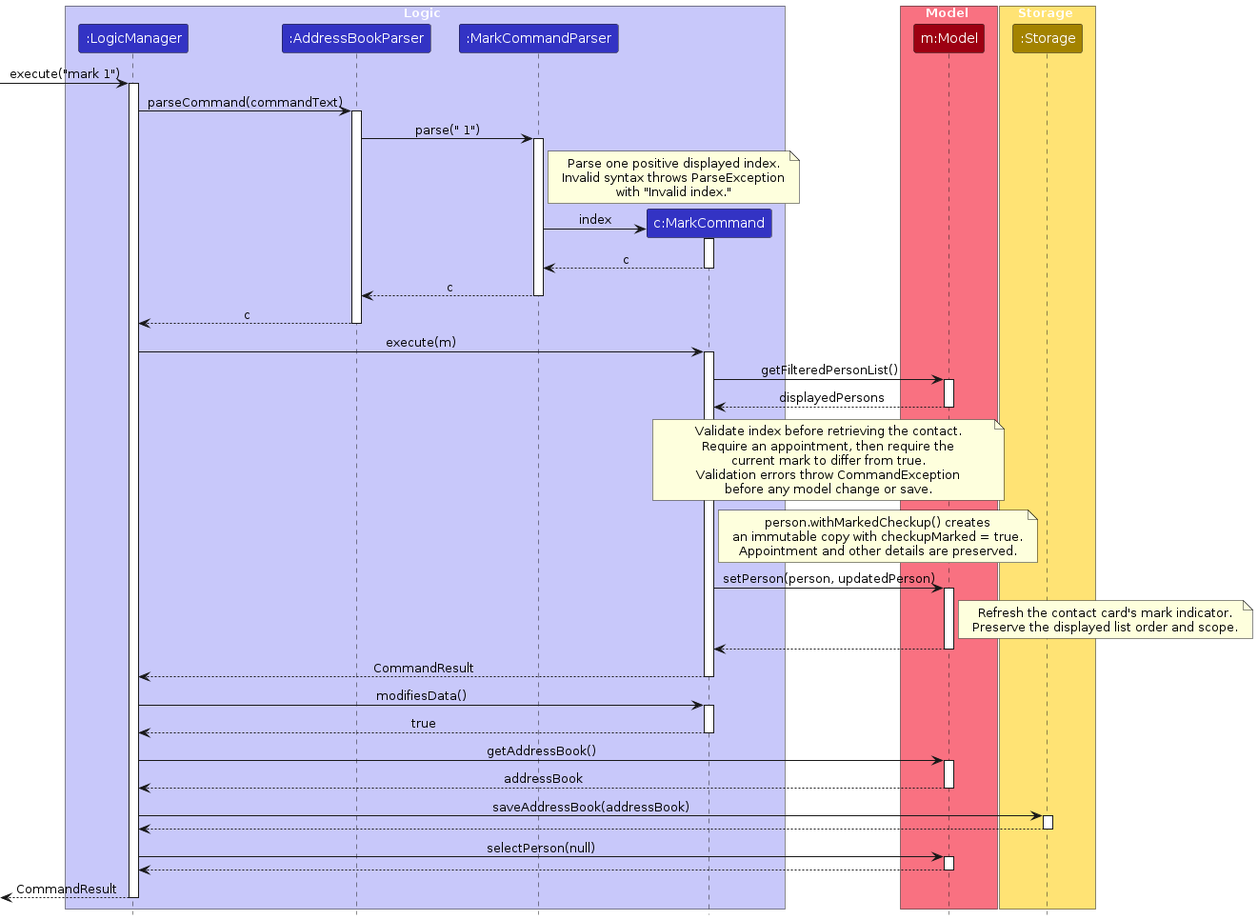
Before: diagrams/MarkSequenceDiagram.png, a diagram exported from PlantUML (AY2627S1-CS2103T-T08-1/tp). Its source is kept beside it as diagrams/MarkSequenceDiagram.puml. Source of this version:
```plantuml
@startuml
!include style.puml
skinparam ArrowFontStyle plain

box Logic LOGIC_COLOR_T1
participant ":LogicManager" as LogicManager LOGIC_COLOR
participant ":AddressBookParser" as AddressBookParser LOGIC_COLOR
participant ":MarkCommandParser" as Parser LOGIC_COLOR
participant "c:MarkCommand" as Command LOGIC_COLOR
end box

box Model MODEL_COLOR_T1
participant "m:Model" as Model MODEL_COLOR
end box

box Storage STORAGE_COLOR_T1
participant ":Storage" as Storage STORAGE_COLOR
end box

[-> LogicManager : execute("mark 1")
activate LogicManager
LogicManager -> AddressBookParser : parseCommand(commandText)
activate AddressBookParser
AddressBookParser -> Parser : parse(" 1")
activate Parser

note right of Parser
  Parse one positive displayed index.
  Invalid syntax throws ParseException
  with "Invalid index."
end note

create Command
Parser -> Command : index
activate Command
Command --> Parser : c
deactivate Command
Parser --> AddressBookParser : c
deactivate Parser
AddressBookParser --> LogicManager : c
deactivate AddressBookParser

LogicManager -> Command : execute(m)
activate Command
Command -> Model : getFilteredPersonList()
activate Model
Model --> Command : displayedPersons
deactivate Model

note over Command, Model
  Validate index before retrieving the contact.
  Require an appointment, then require the
  current mark to differ from true.
  Validation errors throw CommandException
  before any model change or save.
end note

note right of Command
  person.withMarkedCheckup() creates
  an immutable copy with checkupMarked = true.
  Appointment and other details are preserved.
end note

Command -> Model : setPerson(person, updatedPerson)
activate Model
note right of Model
  Refresh the contact card's mark indicator.
  Preserve the displayed list order and scope.
end note
Model --> Command
deactivate Model
Command --> LogicManager : CommandResult
deactivate Command

LogicManager -> Command : modifiesData()
activate Command
Command --> LogicManager : true
deactivate Command
LogicManager -> Model : getAddressBook()
activate Model
Model --> LogicManager : addressBook
deactivate Model
LogicManager -> Storage : saveAddressBook(addressBook)
activate Storage
Storage --> LogicManager
deactivate Storage

LogicManager -> Model : selectPerson(null)
activate Model
Model --> LogicManager
deactivate Model
[<-- LogicManager : CommandResult
deactivate LogicManager
@enduml
```
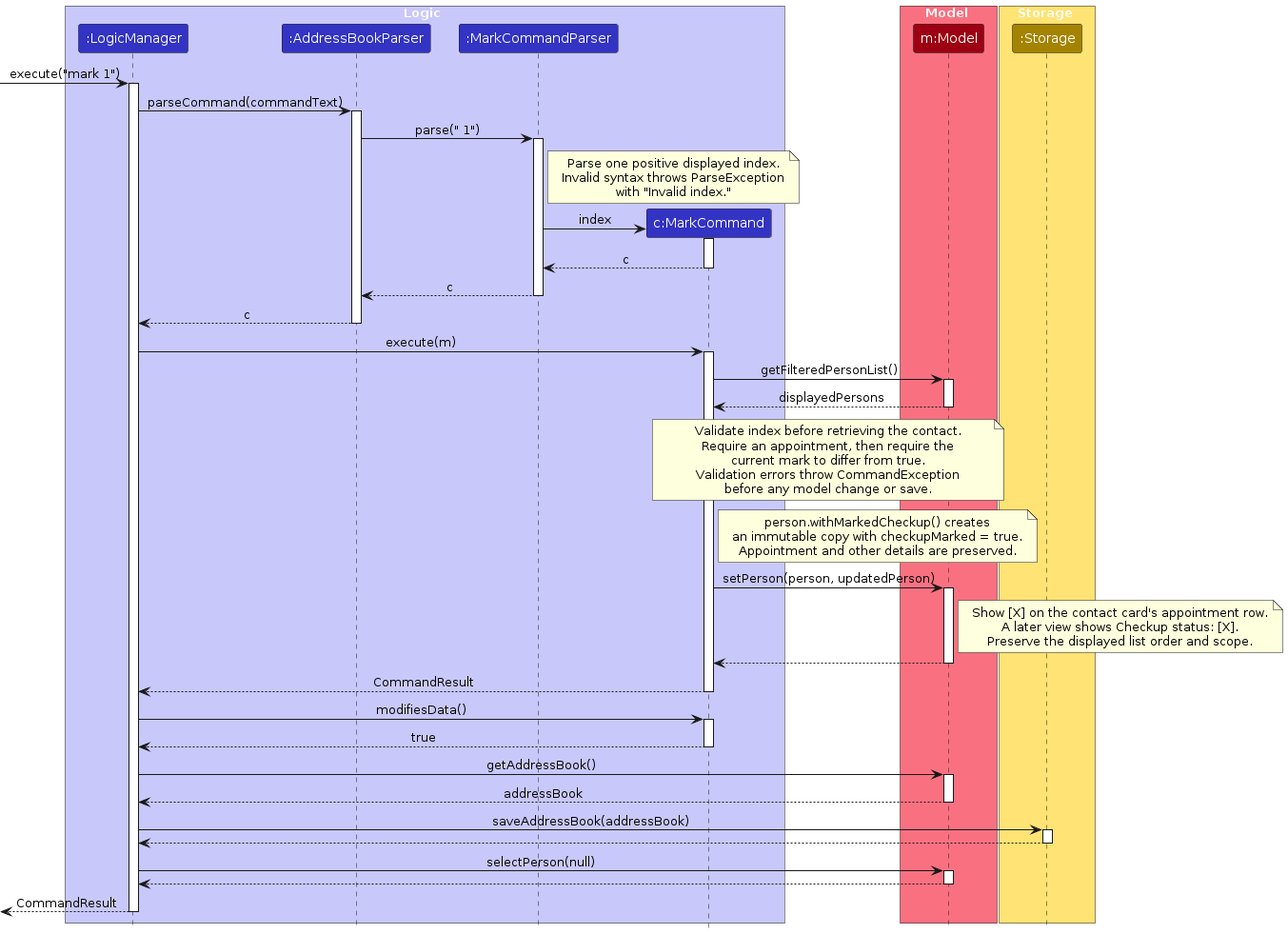
After the change.

Diff of the diagram source:
```diff
@@ -64,7 +64,8 @@
 Command -> Model : setPerson(person, updatedPerson)
 activate Model
 note right of Model
-  Refresh the contact card's mark indicator.
+  Show [X] on the contact card's appointment row.
+  A later view shows Checkup status: [X].
   Preserve the displayed list order and scope.
 end note
 Model --> Command
```
